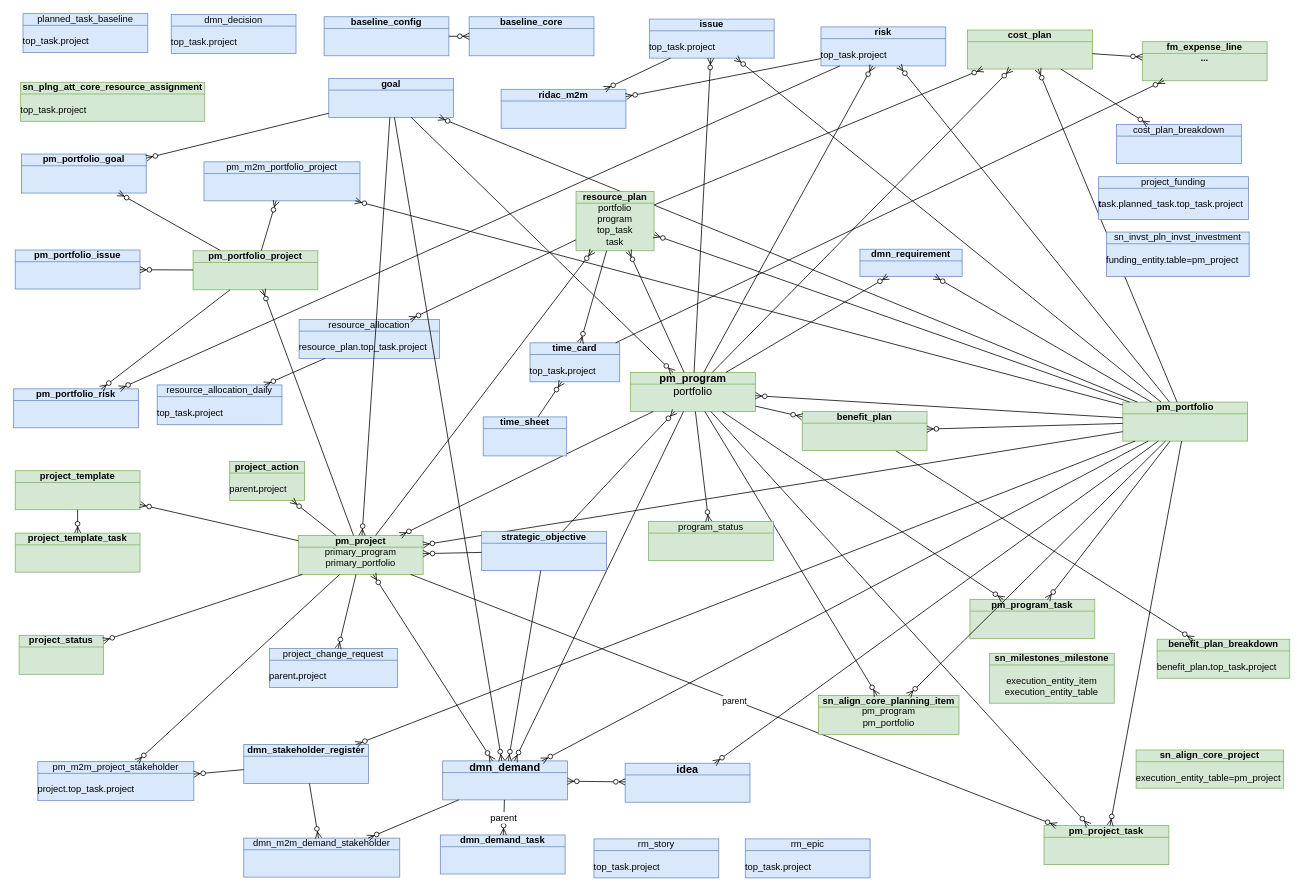
This is page "allTables" (3 of 20) of Sar.drawio from algimas/tmp, a draw.io file, before an edit. Source tidied: cells renumbered, new cells numbered last; positions are measured from the earlier drawing's top-left corner, leaving out a move shared by most shapes. Both pictures are drawn from the tidied source at 78%, with x=0, y=0 at pixel (13, 13).
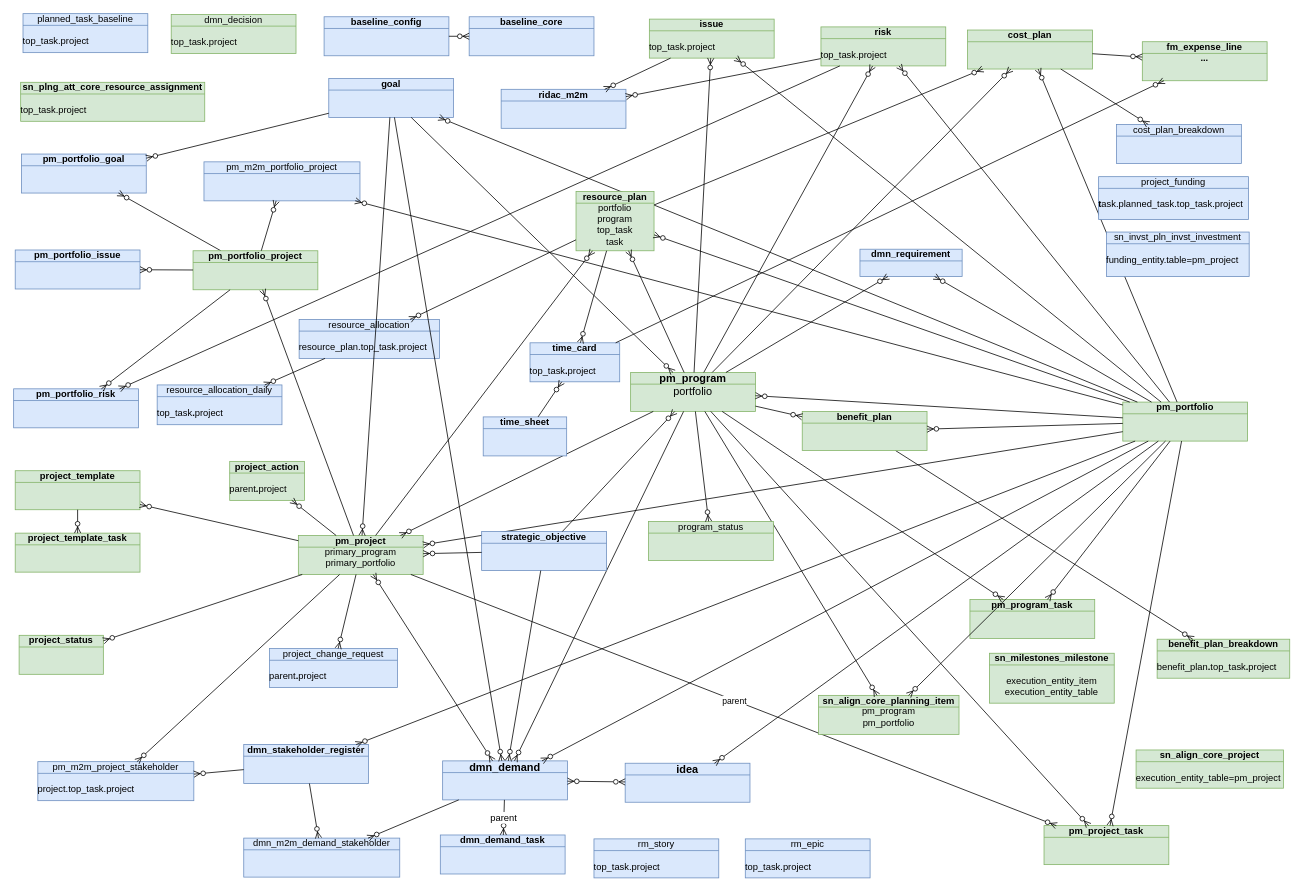
The same diagram, later.

The edit, as a diff of the source:
```diff
@@
-    <mxCell id="53" value="&lt;div&gt;risk&lt;/div&gt;&lt;div&gt;&lt;br&gt;&lt;/div&gt;&lt;div align=&quot;left&quot;&gt;&lt;span style=&quot;font-weight: normal;&quot;&gt;top_task.&lt;/span&gt;&lt;span style=&quot;font-weight: normal;&quot;&gt;project&lt;/span&gt;&lt;/div&gt;" style="html=1;outlineConnect=0;whiteSpace=wrap;fillColor=#dae8fc;shape=mxgraph.archimate3.businessObject;overflow=fill;strokeColor=#6c8ebf;fontStyle=1;" parent="1" vertex="1">
+    <mxCell id="53" value="&lt;div&gt;risk&lt;/div&gt;&lt;div&gt;&lt;br&gt;&lt;/div&gt;&lt;div align=&quot;left&quot;&gt;&lt;span style=&quot;font-weight: normal;&quot;&gt;top_task.&lt;/span&gt;&lt;span style=&quot;font-weight: normal;&quot;&gt;project&lt;/span&gt;&lt;/div&gt;" style="html=1;outlineConnect=0;whiteSpace=wrap;fillColor=#d5e8d4;shape=mxgraph.archimate3.businessObject;overflow=fill;strokeColor=#82b366;fontStyle=1;" parent="1" vertex="1">
       <mxGeometry x="1035" y="17" width="160" height="50" as="geometry" />
     </mxCell>
@@
-    <mxCell id="56" value="&lt;div&gt;issue&lt;/div&gt;&lt;div&gt;&lt;br&gt;&lt;/div&gt;&lt;div align=&quot;left&quot;&gt;&lt;span style=&quot;font-weight: normal;&quot;&gt;top_task.&lt;/span&gt;&lt;span style=&quot;font-weight: normal;&quot;&gt;project&lt;/span&gt;&lt;/div&gt;" style="html=1;outlineConnect=0;whiteSpace=wrap;fillColor=#dae8fc;shape=mxgraph.archimate3.businessObject;overflow=fill;strokeColor=#6c8ebf;fontStyle=1;" parent="1" vertex="1">
+    <mxCell id="56" value="&lt;div&gt;issue&lt;/div&gt;&lt;div&gt;&lt;br&gt;&lt;/div&gt;&lt;div align=&quot;left&quot;&gt;&lt;span style=&quot;font-weight: normal;&quot;&gt;top_task.&lt;/span&gt;&lt;span style=&quot;font-weight: normal;&quot;&gt;project&lt;/span&gt;&lt;/div&gt;" style="html=1;outlineConnect=0;whiteSpace=wrap;fillColor=#d5e8d4;shape=mxgraph.archimate3.businessObject;overflow=fill;strokeColor=#82b366;fontStyle=1;" parent="1" vertex="1">
       <mxGeometry x="815" y="7" width="160" height="50" as="geometry" />
     </mxCell>
@@
-    <mxCell id="106" value="&lt;div&gt;&lt;span style=&quot;font-weight: normal;&quot;&gt;dmn_decision&lt;/span&gt;&lt;/div&gt;&lt;div&gt;&lt;br&gt;&lt;/div&gt;&lt;div align=&quot;left&quot;&gt;&lt;span style=&quot;font-weight: normal;&quot;&gt;top_task.project&lt;/span&gt;&lt;/div&gt;" style="html=1;whiteSpace=wrap;fillColor=#dae8fc;shape=mxgraph.archimate3.businessObject;overflow=fill;strokeColor=#6c8ebf;fontStyle=1;" parent="1" vertex="1">
+    <mxCell id="106" value="&lt;div&gt;&lt;span style=&quot;font-weight: normal;&quot;&gt;dmn_decision&lt;/span&gt;&lt;/div&gt;&lt;div&gt;&lt;br&gt;&lt;/div&gt;&lt;div align=&quot;left&quot;&gt;&lt;span style=&quot;font-weight: normal;&quot;&gt;top_task.project&lt;/span&gt;&lt;/div&gt;" style="html=1;whiteSpace=wrap;fillColor=#d5e8d4;shape=mxgraph.archimate3.businessObject;overflow=fill;strokeColor=#82b366;fontStyle=1;" parent="1" vertex="1">
       <mxGeometry x="202" y="1" width="160" height="50" as="geometry" />
     </mxCell>
```
